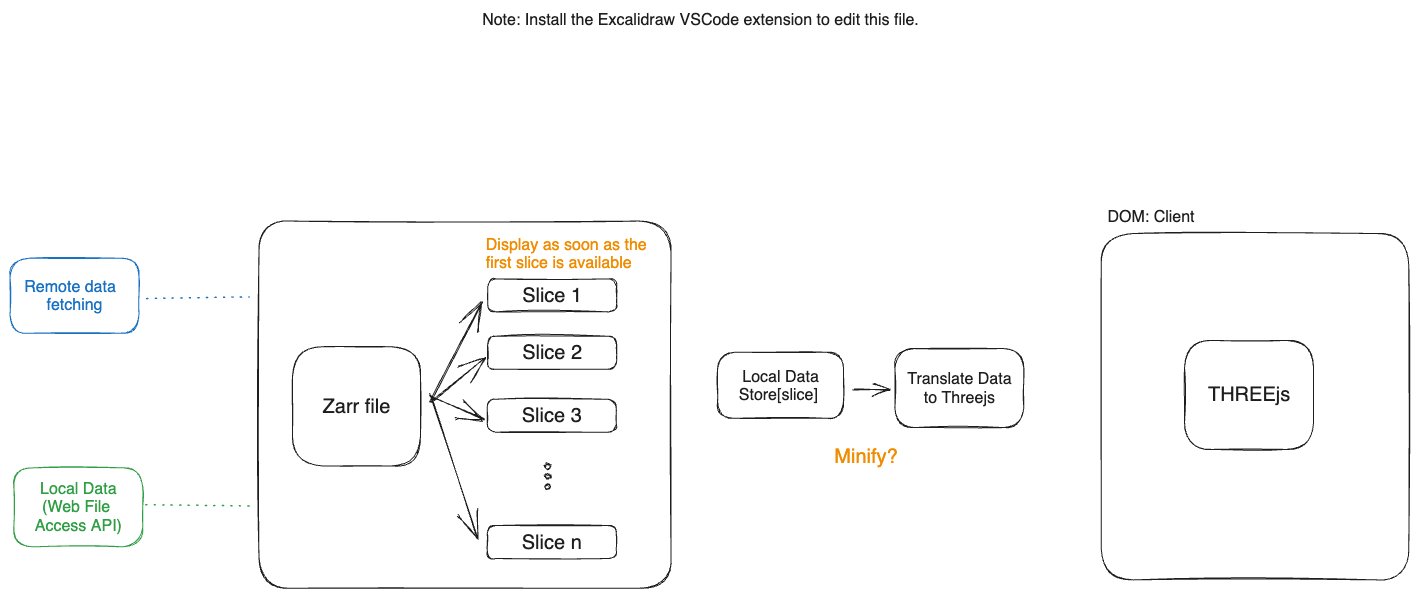
Above: DIAGRAM.excalidraw.png in NLeSC/zarrviz (Excalidraw), before the change. Source tidied: one line per element, renumbered; positions are measured from the earlier drawing's top-left corner, leaving out a move shared by most shapes. Source of this version:
```json
{"id": 0, "type": "rectangle", "strokeColor": "#1e1e1e", "strokeWidth": 1, "roughness": 1, "round": true, "x": 282, "y": 337, "width": 128, "height": 119}
{"id": 1, "type": "text", "text": "Zarr file", "strokeColor": "#1e1e1e", "strokeWidth": 1, "roughness": 1, "fontSize": 20, "fontFamily": 2, "textAlign": "center", "verticalAlign": "middle", "inside": 0, "x": 313, "y": 385, "width": 68, "height": 23}
{"id": 2, "type": "text", "text": "Note: Install the Excalidraw VSCode extension to edit this file.", "strokeColor": "#1e1e1e", "strokeWidth": 1, "roughness": 1, "fontSize": 16, "fontFamily": 2, "x": 472, "y": 0, "width": 437, "height": 18}
{"id": 3, "type": "rectangle", "strokeColor": "#1e1e1e", "strokeWidth": 1, "roughness": 1, "round": true, "x": 1175, "y": 330, "width": 129, "height": 109}
{"id": 4, "type": "text", "text": "THREEjs", "strokeColor": "#1e1e1e", "strokeWidth": 1, "roughness": 1, "fontSize": 20, "fontFamily": 2, "textAlign": "center", "verticalAlign": "middle", "inside": 3, "x": 1198, "y": 373, "width": 82, "height": 23}
{"id": 5, "type": "rectangle", "strokeColor": "#1e1e1e", "strokeWidth": 1, "roughness": 1, "round": true, "x": 478, "y": 269, "width": 129, "height": 33}
{"id": 6, "type": "text", "text": "Slice 1", "strokeColor": "#1e1e1e", "strokeWidth": 1, "roughness": 1, "fontSize": 20, "fontFamily": 2, "textAlign": "center", "verticalAlign": "middle", "inside": 5, "x": 512, "y": 274, "width": 60, "height": 23}
{"id": 7, "type": "rectangle", "strokeColor": "#1e1e1e", "strokeWidth": 1, "roughness": 1, "round": true, "x": 478, "y": 326, "width": 129, "height": 33}
{"id": 8, "type": "text", "text": "Slice 2", "strokeColor": "#1e1e1e", "strokeWidth": 1, "roughness": 1, "fontSize": 20, "fontFamily": 2, "textAlign": "center", "verticalAlign": "middle", "inside": 7, "x": 512, "y": 331, "width": 60, "height": 23}
{"id": 9, "type": "rectangle", "strokeColor": "#1e1e1e", "strokeWidth": 1, "roughness": 1, "round": true, "x": 477, "y": 389, "width": 129, "height": 33}
{"id": 10, "type": "text", "text": "Slice 3", "strokeColor": "#1e1e1e", "strokeWidth": 1, "roughness": 1, "fontSize": 20, "fontFamily": 2, "textAlign": "center", "verticalAlign": "middle", "inside": 9, "x": 512, "y": 394, "width": 60, "height": 23}
{"id": 11, "type": "rectangle", "strokeColor": "#1e1e1e", "strokeWidth": 1, "roughness": 1, "round": true, "x": 477, "y": 516, "width": 129, "height": 33}
{"id": 12, "type": "text", "text": "Slice n", "strokeColor": "#1e1e1e", "strokeWidth": 1, "roughness": 1, "fontSize": 20, "fontFamily": 2, "textAlign": "center", "verticalAlign": "middle", "inside": 11, "x": 512, "y": 521, "width": 60, "height": 23}
{"id": 13, "type": "ellipse", "strokeColor": "#1e1e1e", "strokeWidth": 1, "roughness": 1, "round": true, "x": 535, "y": 454, "width": 6, "height": 5}
{"id": 14, "type": "ellipse", "strokeColor": "#1e1e1e", "strokeWidth": 1, "roughness": 1, "round": true, "x": 535, "y": 464, "width": 6, "height": 5}
{"id": 15, "type": "ellipse", "strokeColor": "#1e1e1e", "strokeWidth": 1, "roughness": 1, "round": true, "x": 535, "y": 475, "width": 6, "height": 5}
{"id": 16, "type": "text", "text": "Display as soon as the \nfirst slice is available", "strokeColor": "#f08c00", "strokeWidth": 1, "roughness": 1, "fontSize": 16, "fontFamily": 2, "x": 476, "y": 225, "width": 165, "height": 37}
{"id": 17, "type": "rectangle", "strokeColor": "#1e1e1e", "strokeWidth": 1, "roughness": 1, "round": true, "x": 885, "y": 339, "width": 129, "height": 79}
{"id": 18, "type": "text", "text": "Translate Data\nto Threejs", "strokeColor": "#1e1e1e", "strokeWidth": 1, "roughness": 1, "fontSize": 16, "fontFamily": 2, "textAlign": "center", "verticalAlign": "middle", "inside": 17, "x": 897, "y": 360, "width": 104, "height": 37}
{"id": 19, "type": "rectangle", "strokeColor": "#1e1e1e", "strokeWidth": 1, "roughness": 1, "round": true, "x": 249, "y": 211, "width": 412, "height": 367}
{"id": 20, "type": "arrow", "strokeColor": "#1e1e1e", "strokeWidth": 1, "roughness": 1, "endArrowhead": "arrow", "round": true, "from": 0, "to": 5, "x": 420, "y": 392, "width": 53, "height": 99, "points": [[0, 0], [53, -99]]}
{"id": 21, "type": "arrow", "strokeColor": "#1e1e1e", "strokeWidth": 1, "roughness": 1, "endArrowhead": "arrow", "round": true, "from": 0, "to": 7, "x": 422, "y": 392, "width": 52, "height": 44, "points": [[0, 0], [52, -44]]}
{"id": 22, "type": "arrow", "strokeColor": "#1e1e1e", "strokeWidth": 1, "roughness": 1, "endArrowhead": "arrow", "round": true, "from": 0, "to": 9, "x": 421, "y": 387, "width": 52, "height": 23, "points": [[0, 0], [52, 23]]}
{"id": 23, "type": "arrow", "strokeColor": "#1e1e1e", "strokeWidth": 1, "roughness": 1, "endArrowhead": "arrow", "round": true, "from": 0, "to": 11, "x": 421, "y": 384, "width": 46, "height": 144, "points": [[0, 0], [46, 144]]}
{"id": 24, "type": "rectangle", "strokeColor": "#1e1e1e", "strokeWidth": 1, "roughness": 1, "round": true, "x": 708, "y": 342, "width": 126, "height": 66}
{"id": 25, "type": "text", "text": "Local Data\nStore[slice] ", "strokeColor": "#1e1e1e", "strokeWidth": 1, "roughness": 1, "fontSize": 16, "fontFamily": 2, "textAlign": "center", "verticalAlign": "middle", "inside": 24, "x": 729, "y": 357, "width": 84, "height": 37}
{"id": 26, "type": "rectangle", "strokeColor": "#1e1e1e", "strokeWidth": 1, "roughness": 1, "round": true, "x": 1091, "y": 224, "width": 308, "height": 346}
{"id": 27, "type": "text", "text": "DOM: Client", "strokeColor": "#1e1e1e", "strokeWidth": 1, "roughness": 1, "fontSize": 16, "fontFamily": 2, "x": 1097, "y": 197, "width": 87, "height": 18}
{"id": 28, "type": "rectangle", "strokeColor": "#1971c2", "strokeWidth": 1, "roughness": 1, "round": true, "x": 0, "y": 248, "width": 129, "height": 75}
{"id": 29, "type": "text", "text": "Remote data  \nfetching", "strokeColor": "#1971c2", "strokeWidth": 1, "roughness": 1, "fontSize": 16, "fontFamily": 2, "textAlign": "center", "verticalAlign": "middle", "inside": 28, "x": 14, "y": 267, "width": 100, "height": 37}
{"id": 30, "type": "rectangle", "strokeColor": "#2f9e44", "strokeWidth": 1, "roughness": 1, "round": true, "x": 4, "y": 458, "width": 129, "height": 79}
{"id": 31, "type": "text", "text": "Local Data\n(Web File \nAccess API)", "strokeColor": "#2f9e44", "strokeWidth": 1, "roughness": 1, "fontSize": 16, "fontFamily": 2, "textAlign": "center", "verticalAlign": "middle", "inside": 30, "x": 25, "y": 470, "width": 87, "height": 55}
{"id": 32, "type": "line", "strokeColor": "#1971c2", "strokeWidth": 1, "strokeStyle": "dotted", "roughness": 1, "round": true, "x": 136, "y": 287, "width": 103, "height": 0, "points": [[0, 0], [103, 0]]}
{"id": 33, "type": "line", "strokeColor": "#2f9e44", "strokeWidth": 1, "strokeStyle": "dotted", "roughness": 1, "round": true, "x": 136, "y": 496, "width": 103, "height": 0, "points": [[0, 0], [103, 0]]}
{"id": 34, "type": "arrow", "strokeColor": "#1e1e1e", "strokeWidth": 1, "roughness": 1, "endArrowhead": "arrow", "round": true, "from": 24, "to": 17, "x": 844, "y": 380, "width": 36, "height": 0, "points": [[0, 0], [36, 0]]}
{"id": 35, "type": "text", "text": "Minify?", "strokeColor": "#f08c00", "strokeWidth": 1, "roughness": 1, "fontSize": 20, "fontFamily": 2, "x": 824, "y": 435, "width": 63, "height": 23}
```
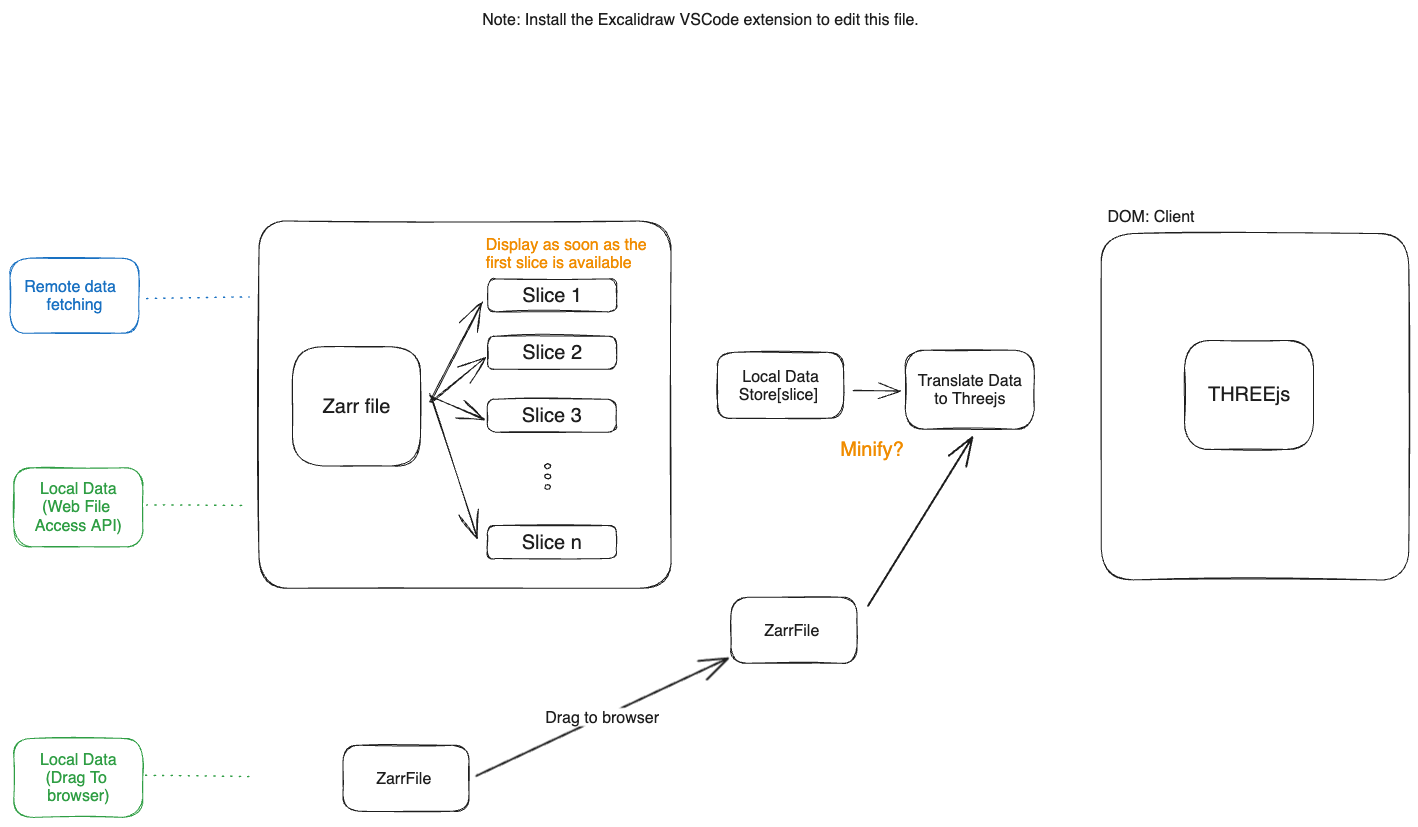
Above is the later version.

Change to the diagram source:
```diff
@@ -15,22 +15,32 @@
 {"id": 14, "type": "ellipse", "strokeColor": "#1e1e1e", "strokeWidth": 1, "roughness": 1, "round": true, "x": 535, "y": 464, "width": 6, "height": 5}
 {"id": 15, "type": "ellipse", "strokeColor": "#1e1e1e", "strokeWidth": 1, "roughness": 1, "round": true, "x": 535, "y": 475, "width": 6, "height": 5}
 {"id": 16, "type": "text", "text": "Display as soon as the \nfirst slice is available", "strokeColor": "#f08c00", "strokeWidth": 1, "roughness": 1, "fontSize": 16, "fontFamily": 2, "x": 476, "y": 225, "width": 165, "height": 37}
-{"id": 17, "type": "rectangle", "strokeColor": "#1e1e1e", "strokeWidth": 1, "roughness": 1, "round": true, "x": 885, "y": 339, "width": 129, "height": 79}
+{"id": 17, "type": "rectangle", "strokeColor": "#1e1e1e", "strokeWidth": 1, "roughness": 1, "round": true, "x": 895, "y": 340, "width": 129, "height": 79}
-{"id": 18, "type": "text", "text": "Translate Data\nto Threejs", "strokeColor": "#1e1e1e", "strokeWidth": 1, "roughness": 1, "fontSize": 16, "fontFamily": 2, "textAlign": "center", "verticalAlign": "middle", "inside": 17, "x": 897, "y": 360, "width": 104, "height": 37}
+{"id": 18, "type": "text", "text": "Translate Data\nto Threejs", "strokeColor": "#1e1e1e", "strokeWidth": 1, "roughness": 1, "fontSize": 16, "fontFamily": 2, "textAlign": "center", "verticalAlign": "middle", "inside": 17, "x": 908, "y": 361, "width": 104, "height": 37}
 {"id": 19, "type": "rectangle", "strokeColor": "#1e1e1e", "strokeWidth": 1, "roughness": 1, "round": true, "x": 249, "y": 211, "width": 412, "height": 367}
 {"id": 20, "type": "arrow", "strokeColor": "#1e1e1e", "strokeWidth": 1, "roughness": 1, "endArrowhead": "arrow", "round": true, "from": 0, "to": 5, "x": 420, "y": 392, "width": 53, "height": 99, "points": [[0, 0], [53, -99]]}
 {"id": 21, "type": "arrow", "strokeColor": "#1e1e1e", "strokeWidth": 1, "roughness": 1, "endArrowhead": "arrow", "round": true, "from": 0, "to": 7, "x": 422, "y": 392, "width": 52, "height": 44, "points": [[0, 0], [52, -44]]}
 {"id": 22, "type": "arrow", "strokeColor": "#1e1e1e", "strokeWidth": 1, "roughness": 1, "endArrowhead": "arrow", "round": true, "from": 0, "to": 9, "x": 421, "y": 387, "width": 52, "height": 23, "points": [[0, 0], [52, 23]]}
 {"id": 23, "type": "arrow", "strokeColor": "#1e1e1e", "strokeWidth": 1, "roughness": 1, "endArrowhead": "arrow", "round": true, "from": 0, "to": 11, "x": 421, "y": 384, "width": 46, "height": 144, "points": [[0, 0], [46, 144]]}
-{"id": 24, "type": "rectangle", "strokeColor": "#1e1e1e", "strokeWidth": 1, "roughness": 1, "round": true, "x": 708, "y": 342, "width": 126, "height": 66}
-{"id": 25, "type": "text", "text": "Local Data\nStore[slice] ", "strokeColor": "#1e1e1e", "strokeWidth": 1, "roughness": 1, "fontSize": 16, "fontFamily": 2, "textAlign": "center", "verticalAlign": "middle", "inside": 24, "x": 729, "y": 357, "width": 84, "height": 37}
+{"id": 36, "type": "rectangle", "strokeColor": "#1e1e1e", "strokeWidth": 1, "roughness": 1, "round": true, "x": 708, "y": 342, "width": 126, "height": 66}
+{"id": 37, "type": "text", "text": "Local Data\nStore[slice] ", "strokeColor": "#1e1e1e", "strokeWidth": 1, "roughness": 1, "fontSize": 16, "fontFamily": 2, "textAlign": "center", "verticalAlign": "middle", "inside": 36, "x": 729, "y": 357, "width": 84, "height": 37}
 {"id": 26, "type": "rectangle", "strokeColor": "#1e1e1e", "strokeWidth": 1, "roughness": 1, "round": true, "x": 1091, "y": 224, "width": 308, "height": 346}
 {"id": 27, "type": "text", "text": "DOM: Client", "strokeColor": "#1e1e1e", "strokeWidth": 1, "roughness": 1, "fontSize": 16, "fontFamily": 2, "x": 1097, "y": 197, "width": 87, "height": 18}
 {"id": 28, "type": "rectangle", "strokeColor": "#1971c2", "strokeWidth": 1, "roughness": 1, "round": true, "x": 0, "y": 248, "width": 129, "height": 75}
 {"id": 29, "type": "text", "text": "Remote data  \nfetching", "strokeColor": "#1971c2", "strokeWidth": 1, "roughness": 1, "fontSize": 16, "fontFamily": 2, "textAlign": "center", "verticalAlign": "middle", "inside": 28, "x": 14, "y": 267, "width": 100, "height": 37}
+{"id": 38, "type": "rectangle", "strokeColor": "#2f9e44", "strokeWidth": 1, "roughness": 1, "round": true, "x": 4, "y": 458, "width": 129, "height": 79}
+{"id": 39, "type": "text", "text": "Local Data\n(Web File \nAccess API)", "strokeColor": "#2f9e44", "strokeWidth": 1, "roughness": 1, "fontSize": 16, "fontFamily": 2, "textAlign": "center", "verticalAlign": "middle", "inside": 38, "x": 25, "y": 470, "width": 87, "height": 55}
+{"id": 32, "type": "line", "strokeColor": "#1971c2", "strokeWidth": 1, "strokeStyle": "dotted", "roughness": 1, "round": true, "x": 136, "y": 287, "width": 103, "height": 0, "points": [[0, 0], [103, 0]]}
+{"id": 40, "type": "line", "strokeColor": "#2f9e44", "strokeWidth": 1, "strokeStyle": "dotted", "roughness": 1, "round": true, "x": 136, "y": 496, "width": 103, "height": 0, "points": [[0, 0], [103, 0]]}
+{"id": 34, "type": "arrow", "strokeColor": "#1e1e1e", "strokeWidth": 1, "roughness": 1, "endArrowhead": "arrow", "round": true, "from": 36, "to": 17, "x": 844, "y": 381, "width": 47, "height": 0, "points": [[0, 0], [47, 0]]}
+{"id": 35, "type": "text", "text": "Minify?", "strokeColor": "#f08c00", "strokeWidth": 1, "roughness": 1, "fontSize": 20, "fontFamily": 2, "x": 830, "y": 428, "width": 63, "height": 23}
+{"id": 41, "type": "rectangle", "strokeColor": "#1e1e1e", "strokeWidth": 1, "roughness": 1, "round": true, "x": 333, "y": 735, "width": 126, "height": 66}
+{"id": 42, "type": "text", "text": "ZarrFile ", "strokeColor": "#1e1e1e", "strokeWidth": 1, "roughness": 1, "fontSize": 16, "fontFamily": 2, "textAlign": "center", "verticalAlign": "middle", "inside": 41, "x": 366, "y": 759, "width": 60, "height": 18}
+{"id": 24, "type": "rectangle", "strokeColor": "#1e1e1e", "strokeWidth": 1, "roughness": 1, "round": true, "x": 721, "y": 587, "width": 126, "height": 66}
+{"id": 25, "type": "text", "text": "ZarrFile ", "strokeColor": "#1e1e1e", "strokeWidth": 1, "roughness": 1, "fontSize": 16, "fontFamily": 2, "textAlign": "center", "verticalAlign": "middle", "inside": 24, "x": 754, "y": 611, "width": 60, "height": 18}
+{"id": 43, "type": "arrow", "strokeColor": "#1e1e1e", "strokeWidth": 2, "roughness": 0, "endArrowhead": "arrow", "round": true, "from": 41, "to": 24, "x": 466, "y": 766, "width": 252, "height": 118, "points": [[0, 0], [252, -118]]}
+{"id": 44, "type": "text", "text": "Drag to browser", "strokeColor": "#1e1e1e", "strokeWidth": 2, "roughness": 1, "fontSize": 16, "fontFamily": 2, "textAlign": "center", "verticalAlign": "middle", "inside": 43, "x": 539, "y": 734, "width": 114, "height": 18}
+{"id": 45, "type": "arrow", "strokeColor": "#1e1e1e", "strokeWidth": 2, "roughness": 0, "endArrowhead": "arrow", "round": true, "from": 24, "to": 17, "x": 858, "y": 596, "width": 104, "height": 169, "points": [[0, 0], [104, -169]]}
-{"id": 30, "type": "rectangle", "strokeColor": "#2f9e44", "strokeWidth": 1, "roughness": 1, "round": true, "x": 4, "y": 458, "width": 129, "height": 79}
+{"id": 30, "type": "rectangle", "strokeColor": "#2f9e44", "strokeWidth": 1, "roughness": 1, "round": true, "x": 4, "y": 728, "width": 129, "height": 79}
-{"id": 31, "type": "text", "text": "Local Data\n(Web File \nAccess API)", "strokeColor": "#2f9e44", "strokeWidth": 1, "roughness": 1, "fontSize": 16, "fontFamily": 2, "textAlign": "center", "verticalAlign": "middle", "inside": 30, "x": 25, "y": 470, "width": 87, "height": 55}
+{"id": 31, "type": "text", "text": "Local Data\n(Drag To \nbrowser)", "strokeColor": "#2f9e44", "strokeWidth": 1, "roughness": 1, "fontSize": 16, "fontFamily": 2, "textAlign": "center", "verticalAlign": "middle", "inside": 30, "x": 30, "y": 740, "width": 76, "height": 55}
-{"id": 32, "type": "line", "strokeColor": "#1971c2", "strokeWidth": 1, "strokeStyle": "dotted", "roughness": 1, "round": true, "x": 136, "y": 287, "width": 103, "height": 0, "points": [[0, 0], [103, 0]]}
-{"id": 33, "type": "line", "strokeColor": "#2f9e44", "strokeWidth": 1, "strokeStyle": "dotted", "roughness": 1, "round": true, "x": 136, "y": 496, "width": 103, "height": 0, "points": [[0, 0], [103, 0]]}
+{"id": 33, "type": "line", "strokeColor": "#2f9e44", "strokeWidth": 1, "strokeStyle": "dotted", "roughness": 1, "round": true, "x": 136, "y": 766, "width": 103, "height": 0, "points": [[0, 0], [103, 0]]}
-{"id": 34, "type": "arrow", "strokeColor": "#1e1e1e", "strokeWidth": 1, "roughness": 1, "endArrowhead": "arrow", "round": true, "from": 24, "to": 17, "x": 844, "y": 380, "width": 36, "height": 0, "points": [[0, 0], [36, 0]]}
-{"id": 35, "type": "text", "text": "Minify?", "strokeColor": "#f08c00", "strokeWidth": 1, "roughness": 1, "fontSize": 20, "fontFamily": 2, "x": 824, "y": 435, "width": 63, "height": 23}
```
